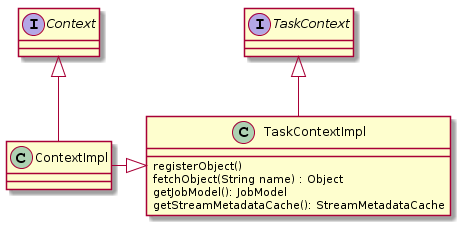
Above: images/before_class.png in Cpptz/samza (PlantUML), before the change.
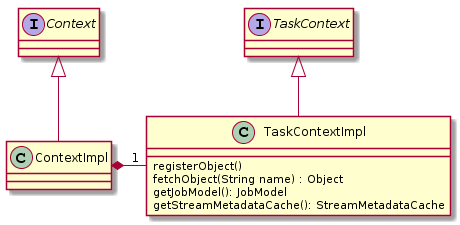
The same file after the commit.

The edit, as a diff of the source:
```diff
@@ -2,10 +2,12 @@
 Interface TaskContext
 Interface Context
 Context <|-- ContextImpl
+ContextImpl *-right-  "1" TaskContextImpl
+
+
 TaskContext <|-- TaskContextImpl
 
 
-ContextImpl -|> TaskContextImpl
 
 class TaskContextImpl {
   registerObject()
```
